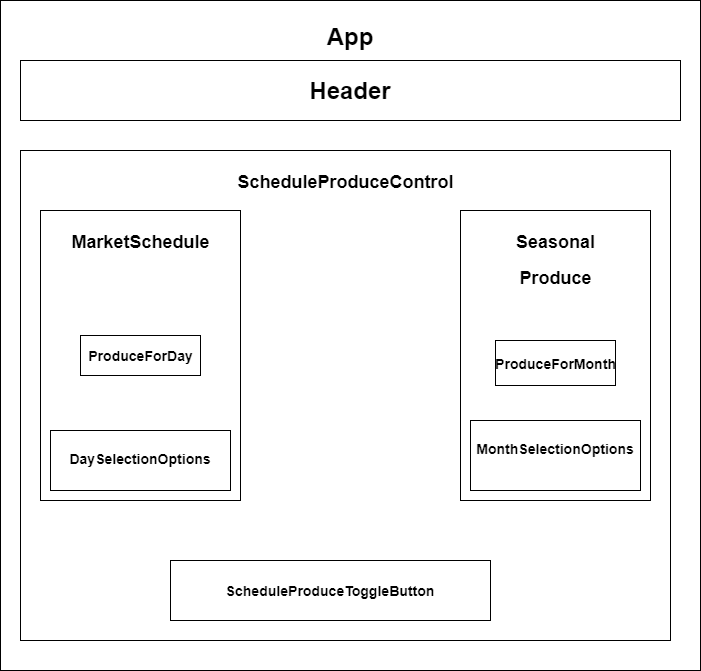
Earlier version of the draw.io export diagrams/FarmersMarketDiagram.png (shanencross/farmers-market). Source tidied: cells renumbered, new cells last; positions are measured from the earlier drawing's top-left corner, leaving out a move shared by most shapes.
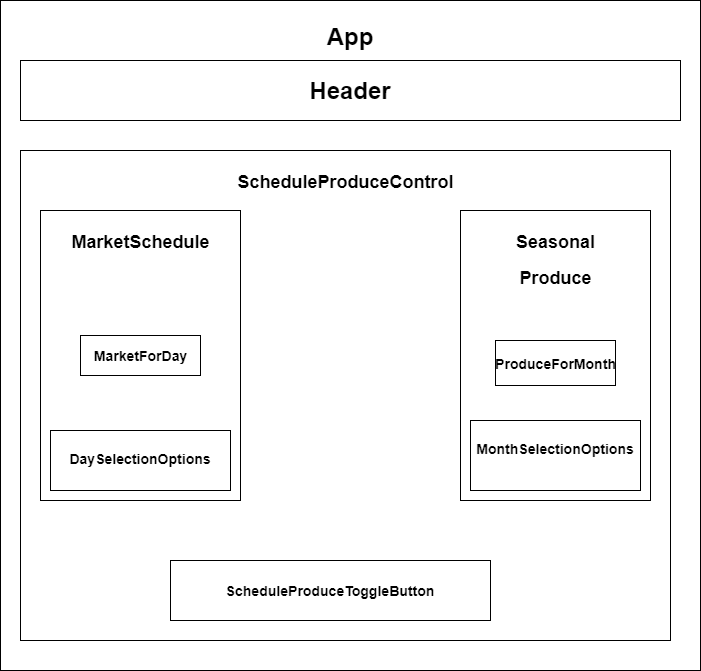
Later version of the same file.

Commit message:
Fix diagram error

What changed in the source:
```diff
@@ -20,7 +20,7 @@
     <mxCell id="7" value="&lt;h2&gt;Seasonal&lt;/h2&gt;&lt;h2&gt;Produce&lt;/h2&gt;" style="verticalLabelPosition=middle;verticalAlign=top;html=1;shape=mxgraph.basic.rect;fillColor2=none;strokeWidth=1;size=20;indent=5;labelPosition=center;align=center;" parent="1" vertex="1">
       <mxGeometry x="460" y="210" width="190" height="290" as="geometry" />
     </mxCell>
-    <mxCell id="8" value="&lt;h3&gt;ProduceForDay&lt;/h3&gt;" style="verticalLabelPosition=middle;verticalAlign=middle;html=1;shape=mxgraph.basic.rect;fillColor2=none;strokeWidth=1;size=20;indent=5;labelPosition=center;align=center;" parent="1" vertex="1">
+    <mxCell id="8" value="&lt;h3&gt;MarketForDay&lt;/h3&gt;" style="verticalLabelPosition=middle;verticalAlign=middle;html=1;shape=mxgraph.basic.rect;fillColor2=none;strokeWidth=1;size=20;indent=5;labelPosition=center;align=center;" parent="1" vertex="1">
       <mxGeometry x="80" y="335" width="120" height="40" as="geometry" />
     </mxCell>
     <mxCell id="9" value="&lt;h3&gt;ProduceForMonth&lt;/h3&gt;" style="verticalLabelPosition=middle;verticalAlign=middle;html=1;shape=mxgraph.basic.rect;fillColor2=none;strokeWidth=1;size=20;indent=5;labelPosition=center;align=center;" parent="1" vertex="1">
```
